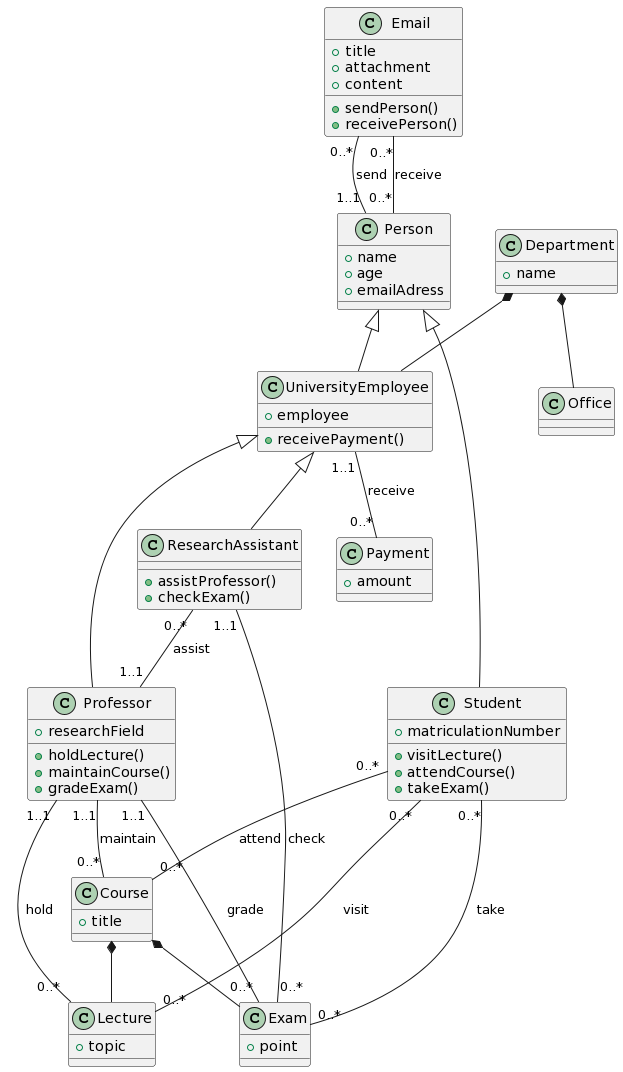
Earlier version of the PlantUML export evaluation/result_uml_022.png (Bimi1804/BiT-ReNU).
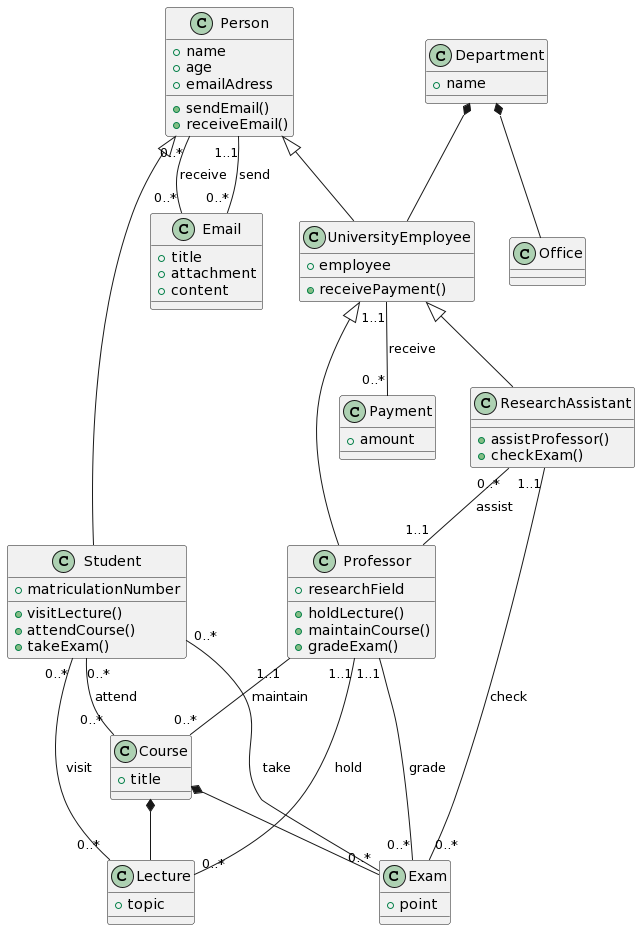
Above is the later version.

Diff of the diagram source:
```diff
@@ -3,14 +3,14 @@
 + title
 + attachment
 + content
-+ sendPerson()
-+ receivePerson()
 }
 
 class Person {
 + name
 + age
 + emailAdress
++ sendEmail()
++ receiveEmail()
 }
 
 class Professor {
@@ -68,8 +68,8 @@
 Course *-- Lecture
 Course *-- Exam
 Department *-- Office
-Email "0..*" -- "1..1" Person: send
-Email "0..*" -- "0..*" Person: receive
+Person "1..1" -- "0..*" Email: send
+Person "0..*" -- "0..*" Email: receive
 UniversityEmployee "1..1" -- "0..*" Payment: receive
 ResearchAssistant "0..*" -- "1..1" Professor: assist
 ResearchAssistant "1..1" -- "0..*" Exam: check
```
